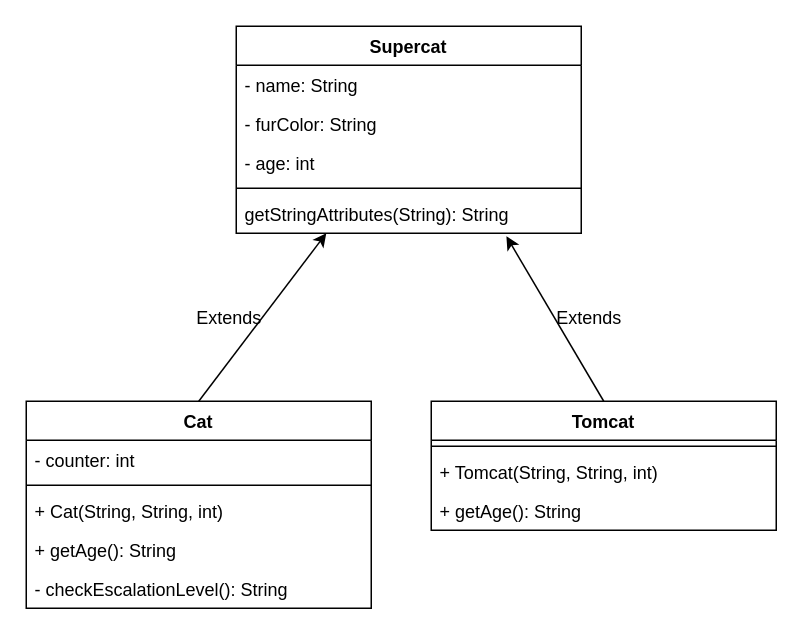
Earlier version of the draw.io diagram page "SuperCat" (3 of 3) of klassendiagramm.drawio (02-SneakyPeeky/03_Inheritance_VererbungASK). Source tidied: cells renumbered, new cells numbered last; positions are measured from the earlier drawing's top-left corner, leaving out a move shared by most shapes. Both pictures are drawn from the tidied source at 150%, with x=0, y=0 at pixel (26, 26).
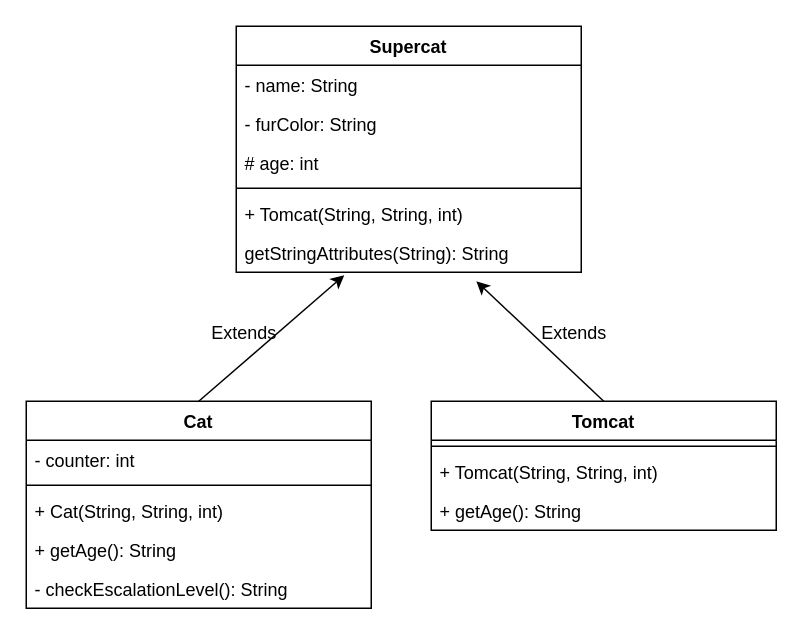
The same page after the edit.

Unchanged cells that the change refers to:
```xml
<mxCell id="3" value="Cat" style="swimlane;fontStyle=1;align=center;verticalAlign=top;horizontal=1;startSize=26;" parent="1" vertex="1">
  <mxGeometry y="250" width="230" height="138" as="geometry" />
</mxCell>
<mxCell id="10" value="Tomcat" style="swimlane;fontStyle=1;align=center;verticalAlign=top;horizontal=1;startSize=26;" parent="1" vertex="1">
  <mxGeometry x="270" y="250" width="230" height="86" as="geometry" />
</mxCell>
```

What changed in the source:
```diff
@@
-    <mxCell id="2" style="edgeStyle=none;html=1;exitX=0.5;exitY=0;exitDx=0;exitDy=0;entryX=0.261;entryY=1;entryDx=0;entryDy=0;entryPerimeter=0;" parent="1" edge="1" source="3" target="19">
+    <mxCell id="2" style="edgeStyle=none;html=1;exitX=0.5;exitY=0;exitDx=0;exitDy=0;entryX=0.313;entryY=1.077;entryDx=0;entryDy=0;entryPerimeter=0;" parent="1" edge="1" source="3" target="22">
       <mxGeometry relative="1" as="geometry" />
     </mxCell>
@@
-    <mxCell id="9" style="edgeStyle=none;html=1;exitX=0.5;exitY=0;exitDx=0;exitDy=0;entryX=0.783;entryY=1.077;entryDx=0;entryDy=0;entryPerimeter=0;" parent="1" edge="1" source="10" target="19">
+    <mxCell id="9" style="edgeStyle=none;html=1;exitX=0.5;exitY=0;exitDx=0;exitDy=0;entryX=0.696;entryY=1.231;entryDx=0;entryDy=0;entryPerimeter=0;" parent="1" edge="1" source="10" target="22">
       <mxGeometry relative="1" as="geometry" />
     </mxCell>
@@
     <mxCell id="14" value="Supercat" style="swimlane;fontStyle=1;align=center;verticalAlign=top;horizontal=1;startSize=26;" parent="1" vertex="1">
-      <mxGeometry x="140" width="230" height="138" as="geometry" />
+      <mxGeometry x="140" width="230" height="164" as="geometry" />
     </mxCell>
@@
-    <mxCell id="17" value="- age: int" style="text;strokeColor=none;fillColor=none;align=left;verticalAlign=top;spacingLeft=4;spacingRight=4;overflow=hidden;" parent="14" vertex="1">
+    <mxCell id="17" value="# age: int" style="text;strokeColor=none;fillColor=none;align=left;verticalAlign=top;spacingLeft=4;spacingRight=4;overflow=hidden;" parent="14" vertex="1">
       <mxGeometry y="78" width="230" height="26" as="geometry" />
     </mxCell>
@@
-    <mxCell id="19" value="getStringAttributes(String): String" style="text;strokeColor=none;fillColor=none;align=left;verticalAlign=top;spacingLeft=4;spacingRight=4;overflow=hidden;points=[[0,0.5],[1,0.5]];portConstraint=eastwest;" parent="14" vertex="1">
+    <mxCell id="19" value="+ Tomcat(String, String, int)" style="text;strokeColor=none;fillColor=none;align=left;verticalAlign=top;spacingLeft=4;spacingRight=4;overflow=hidden;points=[[0,0.5],[1,0.5]];portConstraint=eastwest;" parent="14" vertex="1">
       <mxGeometry y="112" width="230" height="26" as="geometry" />
     </mxCell>
+    <mxCell id="22" value="getStringAttributes(String): String" style="text;strokeColor=none;fillColor=none;align=left;verticalAlign=top;spacingLeft=4;spacingRight=4;overflow=hidden;points=[[0,0.5],[1,0.5]];portConstraint=eastwest;" parent="14" vertex="1">
+      <mxGeometry y="138" width="230" height="26" as="geometry" />
+    </mxCell>
     <mxCell id="20" value="Extends" style="text;html=1;align=center;verticalAlign=middle;strokeColor=none;fillColor=none;" parent="1" vertex="1">
-      <mxGeometry x="100" y="180" width="70" height="30" as="geometry" />
+      <mxGeometry x="110" y="190" width="70" height="30" as="geometry" />
     </mxCell>
     <mxCell id="21" value="Extends" style="text;html=1;align=center;verticalAlign=middle;strokeColor=none;fillColor=none;" parent="1" vertex="1">
-      <mxGeometry x="340" y="180" width="70" height="30" as="geometry" />
+      <mxGeometry x="330" y="190" width="70" height="30" as="geometry" />
     </mxCell>
```
